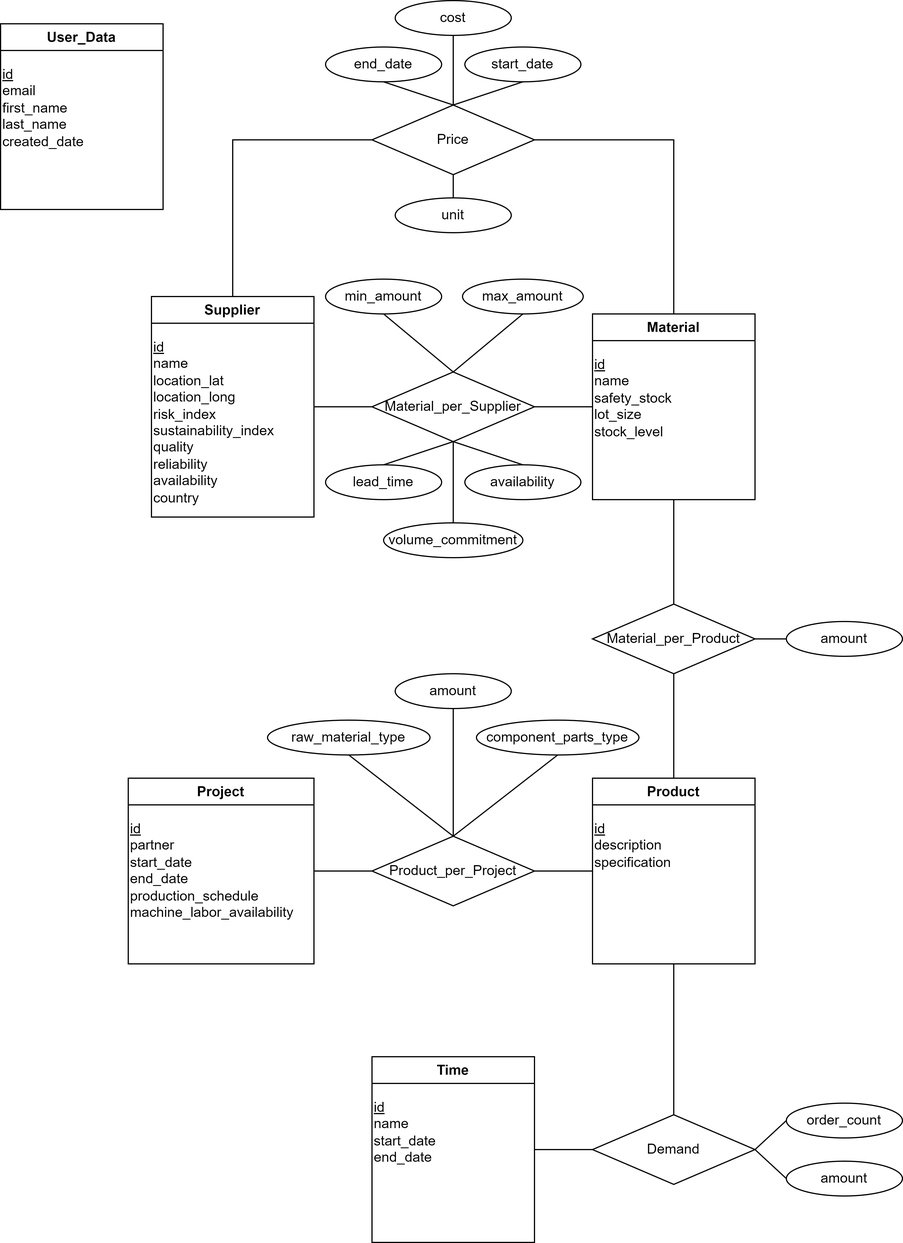
Earlier version of the draw.io export lib/png/UML.drawio.png (DERBersk/batteryapi). Source tidied: cells renumbered, new cells last; positions are measured from the earlier drawing's top-left corner, leaving out a move shared by most shapes.
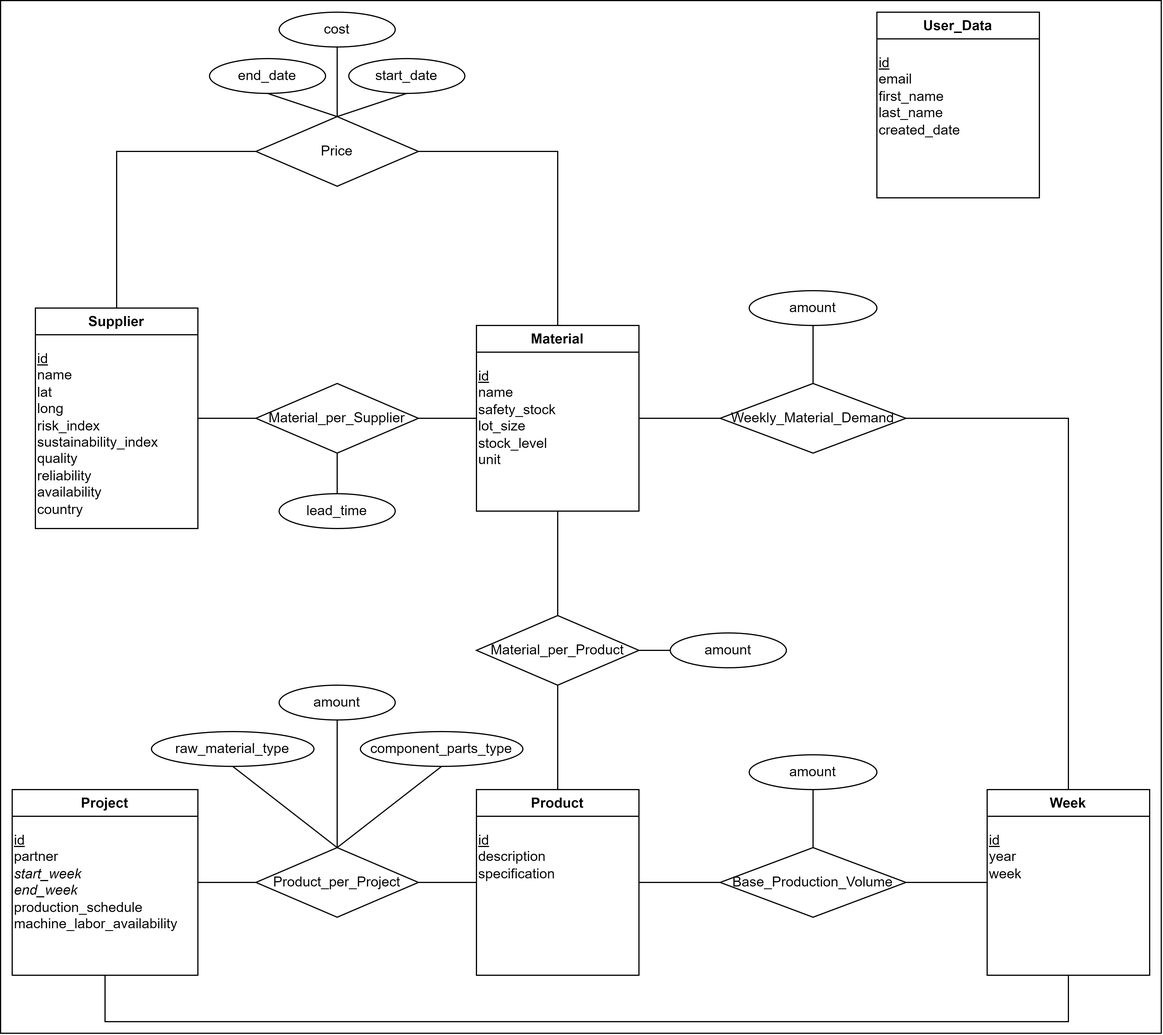
The same file after the commit.

Diff of the diagram source:
```diff
@@ -5,14 +5,17 @@
     <mxCell id="2" value="Supplier" style="swimlane;whiteSpace=wrap;html=1;" parent="1" vertex="1">
       <mxGeometry x="130" y="255" width="140" height="190" as="geometry" />
     </mxCell>
-    <mxCell id="3" value="&lt;u&gt;id&lt;br&gt;&lt;/u&gt;name&lt;br&gt;&lt;div style=&quot;&quot;&gt;&lt;span style=&quot;background-color: initial;&quot;&gt;location_lat&lt;/span&gt;&lt;/div&gt;&lt;div style=&quot;&quot;&gt;&lt;span style=&quot;background-color: initial;&quot;&gt;location_long&lt;/span&gt;&lt;/div&gt;&lt;div style=&quot;&quot;&gt;&lt;span style=&quot;background-color: initial;&quot;&gt;risk_index&lt;/span&gt;&lt;/div&gt;&lt;div style=&quot;&quot;&gt;&lt;span style=&quot;background-color: initial;&quot;&gt;sustainability_index&lt;/span&gt;&lt;/div&gt;&lt;div style=&quot;&quot;&gt;&lt;span style=&quot;background-color: initial;&quot;&gt;quality&lt;/span&gt;&lt;/div&gt;&lt;div style=&quot;&quot;&gt;&lt;span style=&quot;background-color: initial;&quot;&gt;reliability&lt;/span&gt;&lt;/div&gt;&lt;div style=&quot;&quot;&gt;&lt;span style=&quot;background-color: initial;&quot;&gt;availability&lt;/span&gt;&lt;/div&gt;&lt;div style=&quot;&quot;&gt;&lt;span style=&quot;background-color: initial;&quot;&gt;country&lt;/span&gt;&lt;/div&gt;" style="text;html=1;align=left;verticalAlign=top;strokeColor=none;fillColor=none;" parent="2" vertex="1">
+    <mxCell id="3" value="&lt;u&gt;id&lt;br&gt;&lt;/u&gt;name&lt;br&gt;&lt;div style=&quot;&quot;&gt;&lt;span style=&quot;background-color: initial;&quot;&gt;lat&lt;/span&gt;&lt;/div&gt;&lt;div style=&quot;&quot;&gt;&lt;span style=&quot;background-color: initial;&quot;&gt;long&lt;/span&gt;&lt;/div&gt;&lt;div style=&quot;&quot;&gt;&lt;span style=&quot;background-color: initial;&quot;&gt;risk_index&lt;/span&gt;&lt;/div&gt;&lt;div style=&quot;&quot;&gt;&lt;span style=&quot;background-color: initial;&quot;&gt;sustainability_index&lt;/span&gt;&lt;/div&gt;&lt;div style=&quot;&quot;&gt;&lt;span style=&quot;background-color: initial;&quot;&gt;quality&lt;/span&gt;&lt;/div&gt;&lt;div style=&quot;&quot;&gt;&lt;span style=&quot;background-color: initial;&quot;&gt;reliability&lt;/span&gt;&lt;/div&gt;&lt;div style=&quot;&quot;&gt;&lt;span style=&quot;background-color: initial;&quot;&gt;availability&lt;/span&gt;&lt;/div&gt;&lt;div style=&quot;&quot;&gt;&lt;span style=&quot;background-color: initial;&quot;&gt;country&lt;/span&gt;&lt;/div&gt;" style="text;html=1;align=left;verticalAlign=top;strokeColor=none;fillColor=none;" parent="2" vertex="1">
       <mxGeometry y="30" width="130" height="160" as="geometry" />
     </mxCell>
+    <mxCell id="59" style="edgeStyle=orthogonalEdgeStyle;rounded=0;jettySize=auto;html=1;exitX=1;exitY=0.5;exitDx=0;exitDy=0;entryX=0;entryY=0.5;entryDx=0;entryDy=0;endArrow=none;endFill=0;" parent="1" edge="1" source="4" target="70">
+      <mxGeometry relative="1" as="geometry" />
+    </mxCell>
     <mxCell id="4" value="Material" style="swimlane;whiteSpace=wrap;html=1;" parent="1" vertex="1">
       <mxGeometry x="510" y="270" width="140" height="160" as="geometry" />
     </mxCell>
-    <mxCell id="5" value="&lt;u&gt;id&lt;br&gt;&lt;/u&gt;name&lt;br&gt;&lt;div style=&quot;&quot;&gt;safety_stock&lt;/div&gt;&lt;div style=&quot;&quot;&gt;lot_size&lt;/div&gt;&lt;div style=&quot;&quot;&gt;stock_level&lt;/div&gt;" style="text;html=1;align=left;verticalAlign=top;strokeColor=none;fillColor=none;" parent="4" vertex="1">
-      <mxGeometry y="30" width="90" height="90" as="geometry" />
+    <mxCell id="5" value="&lt;u&gt;id&lt;br&gt;&lt;/u&gt;name&lt;br&gt;&lt;div style=&quot;&quot;&gt;safety_stock&lt;/div&gt;&lt;div style=&quot;&quot;&gt;lot_size&lt;/div&gt;&lt;div style=&quot;&quot;&gt;stock_level&lt;/div&gt;&lt;div style=&quot;&quot;&gt;unit&lt;/div&gt;" style="text;html=1;align=left;verticalAlign=top;strokeColor=none;fillColor=none;" parent="4" vertex="1">
+      <mxGeometry y="30" width="90" height="100" as="geometry" />
     </mxCell>
     <mxCell id="6" value="Product" style="swimlane;whiteSpace=wrap;html=1;" parent="1" vertex="1">
       <mxGeometry x="510" y="670" width="140" height="160" as="geometry" />
@@ -20,10 +23,18 @@
     <mxCell id="7" value="&lt;u&gt;id&lt;br&gt;&lt;/u&gt;description&lt;br&gt;specification" style="text;html=1;align=left;verticalAlign=top;strokeColor=none;fillColor=none;" parent="6" vertex="1">
       <mxGeometry y="30" width="90" height="60" as="geometry" />
     </mxCell>
+    <mxCell id="60" style="edgeStyle=orthogonalEdgeStyle;rounded=0;jettySize=auto;html=1;exitX=0.5;exitY=1;exitDx=0;exitDy=0;entryX=0.5;entryY=1;entryDx=0;entryDy=0;endArrow=none;endFill=0;" parent="1" edge="1" source="8" target="61">
+      <mxGeometry relative="1" as="geometry">
+        <Array as="points">
+          <mxPoint x="190" y="870" />
+          <mxPoint x="1020" y="870" />
+        </Array>
+      </mxGeometry>
+    </mxCell>
     <mxCell id="8" value="Project" style="swimlane;whiteSpace=wrap;html=1;" parent="1" vertex="1">
       <mxGeometry x="110" y="670" width="160" height="160" as="geometry" />
     </mxCell>
-    <mxCell id="9" value="&lt;u&gt;id&lt;br&gt;&lt;/u&gt;partner&lt;br&gt;start_date&lt;br&gt;end_date&lt;br&gt;production_schedule&lt;br&gt;machine_labor_availability" style="text;html=1;align=left;verticalAlign=top;strokeColor=none;fillColor=none;" parent="8" vertex="1">
+    <mxCell id="9" value="&lt;u&gt;id&lt;br&gt;&lt;/u&gt;partner&lt;br&gt;&lt;i&gt;start_week&lt;br&gt;end_week&lt;/i&gt;&lt;br&gt;production_schedule&lt;br&gt;machine_labor_availability" style="text;html=1;align=left;verticalAlign=top;strokeColor=none;fillColor=none;" parent="8" vertex="1">
       <mxGeometry y="30" width="160" height="100" as="geometry" />
     </mxCell>
     <mxCell id="10" value="Price" style="rhombus;whiteSpace=wrap;html=1;" parent="1" vertex="1">
@@ -39,32 +50,17 @@
       <mxGeometry x="320" y="720" width="140" height="60" as="geometry" />
     </mxCell>
     <mxCell id="14" value="User_Data" style="swimlane;whiteSpace=wrap;html=1;" parent="1" vertex="1">
-      <mxGeometry y="20" width="140" height="160" as="geometry" />
+      <mxGeometry x="855" width="140" height="160" as="geometry" />
     </mxCell>
     <mxCell id="15" value="&lt;u&gt;id&lt;br&gt;&lt;/u&gt;email&lt;br&gt;first_name&lt;br&gt;last_name&lt;br&gt;created_date" style="text;html=1;align=left;verticalAlign=top;strokeColor=none;fillColor=none;" parent="14" vertex="1">
       <mxGeometry y="30" width="90" height="90" as="geometry" />
     </mxCell>
-    <mxCell id="16" value="Time" style="swimlane;whiteSpace=wrap;html=1;" parent="1" vertex="1">
-      <mxGeometry x="320" y="910" width="140" height="160" as="geometry" />
-    </mxCell>
-    <mxCell id="17" value="&lt;u&gt;id&lt;br&gt;&lt;/u&gt;name&lt;br&gt;start_date&lt;br&gt;end_date" style="text;html=1;align=left;verticalAlign=top;strokeColor=none;fillColor=none;" parent="16" vertex="1">
-      <mxGeometry y="30" width="80" height="70" as="geometry" />
-    </mxCell>
-    <mxCell id="18" value="Demand" style="rhombus;whiteSpace=wrap;html=1;" parent="1" vertex="1">
-      <mxGeometry x="510" y="960" width="140" height="60" as="geometry" />
-    </mxCell>
     <mxCell id="19" style="endArrow=none;html=1;rounded=0;entryX=0;entryY=0.5;entryDx=0;entryDy=0;exitX=1;exitY=0.5;exitDx=0;exitDy=0;" parent="1" edge="1" source="8" target="13">
       <mxGeometry relative="1" as="geometry" />
     </mxCell>
     <mxCell id="20" style="endArrow=none;html=1;rounded=0;exitX=1;exitY=0.5;exitDx=0;exitDy=0;entryX=0;entryY=0.5;entryDx=0;entryDy=0;" parent="1" edge="1" source="13" target="6">
       <mxGeometry relative="1" as="geometry" />
     </mxCell>
-    <mxCell id="21" style="endArrow=none;html=1;rounded=0;exitX=0.5;exitY=1;exitDx=0;exitDy=0;entryX=0.5;entryY=0;entryDx=0;entryDy=0;" parent="1" edge="1" source="6" target="18">
-      <mxGeometry relative="1" as="geometry" />
-    </mxCell>
-    <mxCell id="22" style="endArrow=none;html=1;rounded=0;exitX=0;exitY=0.5;exitDx=0;exitDy=0;entryX=1;entryY=0.5;entryDx=0;entryDy=0;" parent="1" edge="1" source="18" target="16">
-      <mxGeometry relative="1" as="geometry" />
-    </mxCell>
     <mxCell id="23" style="endArrow=none;html=1;rounded=0;exitX=0.5;exitY=1;exitDx=0;exitDy=0;entryX=0.5;entryY=0;entryDx=0;entryDy=0;" parent="1" edge="1" source="12" target="6">
       <mxGeometry relative="1" as="geometry" />
     </mxCell>
@@ -92,17 +88,11 @@
       </mxGeometry>
     </mxCell>
     <mxCell id="29" value="lead_time" style="ellipse;whiteSpace=wrap;html=1;" parent="1" vertex="1">
-      <mxGeometry x="280" y="400" width="100" height="30" as="geometry" />
+      <mxGeometry x="340" y="415" width="100" height="30" as="geometry" />
     </mxCell>
-    <mxCell id="30" value="availability" style="ellipse;whiteSpace=wrap;html=1;" parent="1" vertex="1">
-      <mxGeometry x="400" y="400" width="100" height="30" as="geometry" />
-    </mxCell>
     <mxCell id="31" style="endArrow=none;html=1;rounded=0;entryX=0.5;entryY=1;entryDx=0;entryDy=0;exitX=0.5;exitY=0;exitDx=0;exitDy=0;" parent="1" edge="1" source="29" target="11">
       <mxGeometry relative="1" as="geometry" />
     </mxCell>
-    <mxCell id="32" style="endArrow=none;html=1;rounded=0;entryX=0.5;entryY=1;entryDx=0;entryDy=0;exitX=0.5;exitY=0;exitDx=0;exitDy=0;" parent="1" edge="1" source="30" target="11">
-      <mxGeometry relative="1" as="geometry" />
-    </mxCell>
     <mxCell id="33" value="amount" style="ellipse;whiteSpace=wrap;html=1;" parent="1" vertex="1">
       <mxGeometry x="677" y="535" width="100" height="30" as="geometry" />
     </mxCell>
@@ -133,18 +123,6 @@
     <mxCell id="42" value="amount" style="ellipse;whiteSpace=wrap;html=1;" parent="1" vertex="1">
       <mxGeometry x="340" y="580" width="100" height="30" as="geometry" />
     </mxCell>
-    <mxCell id="43" value="amount" style="ellipse;whiteSpace=wrap;html=1;" parent="1" vertex="1">
-      <mxGeometry x="677" y="1000" width="100" height="30" as="geometry" />
-    </mxCell>
-    <mxCell id="44" value="order_count" style="ellipse;whiteSpace=wrap;html=1;" parent="1" vertex="1">
-      <mxGeometry x="677" y="950" width="100" height="30" as="geometry" />
-    </mxCell>
-    <mxCell id="45" style="endArrow=none;html=1;rounded=0;exitX=0;exitY=0.5;exitDx=0;exitDy=0;entryX=1;entryY=0.5;entryDx=0;entryDy=0;" parent="1" edge="1" source="44" target="18">
-      <mxGeometry relative="1" as="geometry" />
-    </mxCell>
-    <mxCell id="46" style="endArrow=none;html=1;rounded=0;exitX=0;exitY=0.5;exitDx=0;exitDy=0;entryX=1;entryY=0.5;entryDx=0;entryDy=0;" parent="1" edge="1" source="43" target="18">
-      <mxGeometry relative="1" as="geometry" />
-    </mxCell>
     <mxCell id="47" value="raw_material_type" style="ellipse;whiteSpace=wrap;html=1;" parent="1" vertex="1">
       <mxGeometry x="230" y="620" width="140" height="30" as="geometry" />
     </mxCell>
@@ -159,33 +137,41 @@
         <mxPoint x="390" y="720" as="sourcePoint" />
       </mxGeometry>
     </mxCell>
-    <mxCell id="51" value="unit" style="ellipse;whiteSpace=wrap;html=1;" parent="1" vertex="1">
-      <mxGeometry x="340" y="170" width="100" height="30" as="geometry" />
-    </mxCell>
-    <mxCell id="52" style="endArrow=none;html=1;rounded=0;exitX=0.5;exitY=0;exitDx=0;exitDy=0;" parent="1" edge="1" source="51">
-      <mxGeometry relative="1" as="geometry">
-        <mxPoint x="390" y="150" as="targetPoint" />
-      </mxGeometry>
-    </mxCell>
-    <mxCell id="53" value="volume_commitment" style="ellipse;whiteSpace=wrap;html=1;" parent="1" vertex="1">
-      <mxGeometry x="330" y="450" width="120" height="30" as="geometry" />
-    </mxCell>
-    <mxCell id="54" style="endArrow=none;html=1;rounded=0;entryX=0.5;entryY=1;entryDx=0;entryDy=0;exitX=0.5;exitY=0;exitDx=0;exitDy=0;" parent="1" edge="1" source="53" target="11">
-      <mxGeometry relative="1" as="geometry" />
-    </mxCell>
-    <mxCell id="55" value="max_amount" style="ellipse;whiteSpace=wrap;html=1;" parent="1" vertex="1">
-      <mxGeometry x="398" y="240" width="104" height="30" as="geometry" />
-    </mxCell>
-    <mxCell id="56" value="min_amount" style="ellipse;whiteSpace=wrap;html=1;" parent="1" vertex="1">
-      <mxGeometry x="280" y="240" width="100" height="30" as="geometry" />
-    </mxCell>
-    <mxCell id="57" style="endArrow=none;html=1;rounded=0;exitX=0.5;exitY=0;exitDx=0;exitDy=0;entryX=0.5;entryY=1;entryDx=0;entryDy=0;" parent="1" edge="1" source="11" target="55">
-      <mxGeometry relative="1" as="geometry" />
-    </mxCell>
-    <mxCell id="58" style="endArrow=none;html=1;rounded=0;entryX=0.5;entryY=1;entryDx=0;entryDy=0;" parent="1" edge="1" target="56">
-      <mxGeometry relative="1" as="geometry">
-        <mxPoint x="390" y="320" as="sourcePoint" />
-      </mxGeometry>
-    </mxCell>
+    <mxCell id="61" value="Week" style="swimlane;whiteSpace=wrap;html=1;" parent="1" vertex="1">
+      <mxGeometry x="950" y="670" width="140" height="160" as="geometry" />
+    </mxCell>
+    <mxCell id="62" value="&lt;u&gt;id&lt;br&gt;&lt;/u&gt;year&lt;br&gt;week" style="text;html=1;align=left;verticalAlign=top;strokeColor=none;fillColor=none;" parent="61" vertex="1">
+      <mxGeometry y="30" width="50" height="60" as="geometry" />
+    </mxCell>
+    <mxCell id="63" style="edgeStyle=orthogonalEdgeStyle;rounded=0;jettySize=auto;html=1;endArrow=none;endFill=0;" parent="1" edge="1" source="64" target="65">
+      <mxGeometry relative="1" as="geometry" />
+    </mxCell>
+    <mxCell id="64" value="Base_Production_Volume" style="rhombus;whiteSpace=wrap;html=1;" parent="1" vertex="1">
+      <mxGeometry x="720" y="720" width="160" height="60" as="geometry" />
+    </mxCell>
+    <mxCell id="65" value="amount" style="ellipse;whiteSpace=wrap;html=1;" parent="1" vertex="1">
+      <mxGeometry x="745" y="640" width="110" height="30" as="geometry" />
+    </mxCell>
+    <mxCell id="66" style="endArrow=none;html=1;rounded=0;exitX=0;exitY=0.5;exitDx=0;exitDy=0;entryX=1;entryY=0.5;entryDx=0;entryDy=0;" parent="1" edge="1" source="64" target="6">
+      <mxGeometry relative="1" as="geometry" />
+    </mxCell>
+    <mxCell id="67" style="endArrow=none;html=1;rounded=0;exitX=0;exitY=0.5;exitDx=0;exitDy=0;entryX=1;entryY=0.5;entryDx=0;entryDy=0;" parent="1" edge="1" source="61" target="64">
+      <mxGeometry relative="1" as="geometry" />
+    </mxCell>
+    <mxCell id="68" style="edgeStyle=orthogonalEdgeStyle;rounded=0;jettySize=auto;html=1;exitX=1;exitY=0.5;exitDx=0;exitDy=0;entryX=0.5;entryY=0;entryDx=0;entryDy=0;endArrow=none;endFill=0;" parent="1" edge="1" source="70" target="61">
+      <mxGeometry relative="1" as="geometry" />
+    </mxCell>
+    <mxCell id="69" style="edgeStyle=orthogonalEdgeStyle;rounded=0;jettySize=auto;html=1;exitX=0.5;exitY=0;exitDx=0;exitDy=0;entryX=0.5;entryY=1;entryDx=0;entryDy=0;endArrow=none;endFill=0;" parent="1" edge="1" source="70" target="71">
+      <mxGeometry relative="1" as="geometry" />
+    </mxCell>
+    <mxCell id="70" value="Weekly_Material_Demand" style="rhombus;whiteSpace=wrap;html=1;" parent="1" vertex="1">
+      <mxGeometry x="720" y="320" width="160" height="60" as="geometry" />
+    </mxCell>
+    <mxCell id="71" value="amount" style="ellipse;whiteSpace=wrap;html=1;" parent="1" vertex="1">
+      <mxGeometry x="745" y="240" width="110" height="30" as="geometry" />
+    </mxCell>
+    <mxCell id="72" style="rounded=0;whiteSpace=wrap;html=1;fillColor=none;" parent="1" vertex="1">
+      <mxGeometry x="100" y="-10" width="1000" height="890" as="geometry" />
+    </mxCell>
   </root>
 </mxGraphModel>
```
